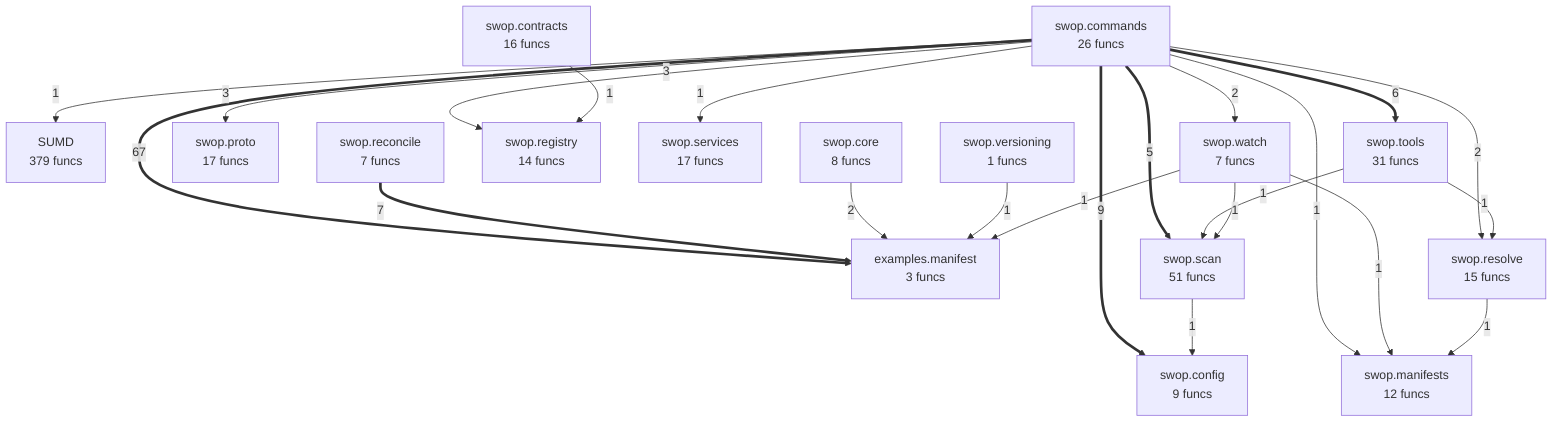
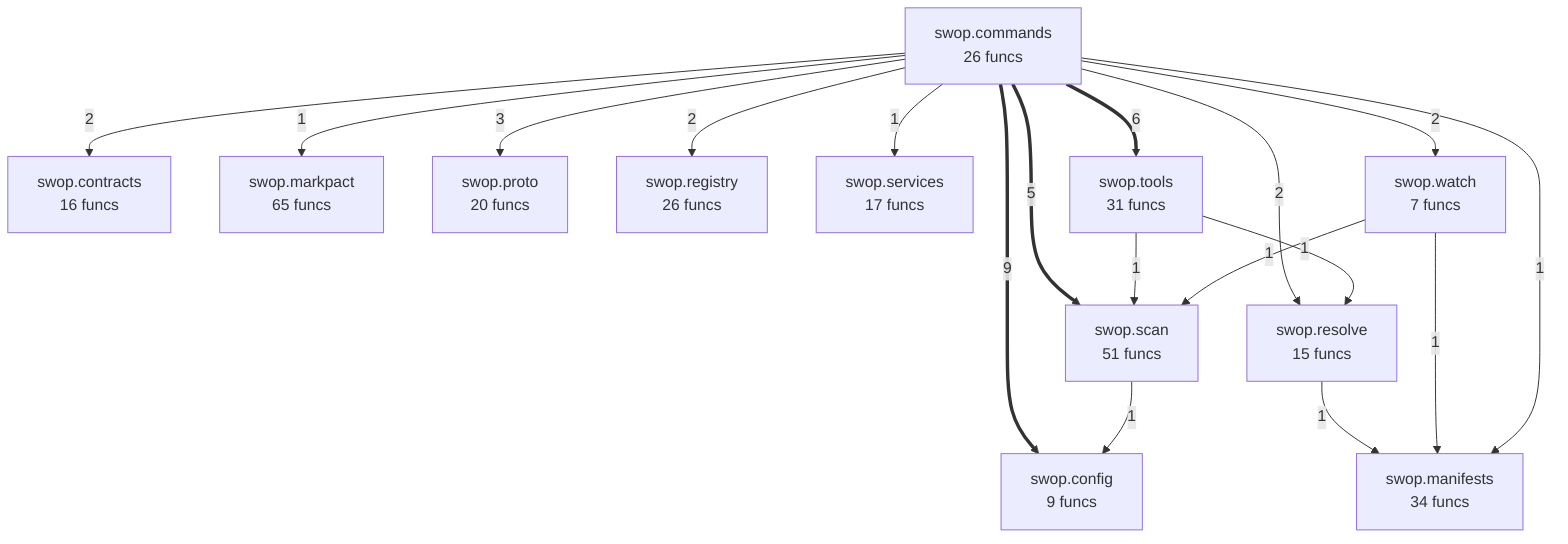
flowchart TD
-     SUMD["SUMD<br/>379 funcs"]
-     examples__manifest["examples.manifest<br/>3 funcs"]
+ %% generated in 0.01s
    swop__commands["swop.commands<br/>26 funcs"]
    swop__config["swop.config<br/>9 funcs"]
    swop__contracts["swop.contracts<br/>16 funcs"]
-     swop__core["swop.core<br/>8 funcs"]
-     swop__manifests["swop.manifests<br/>12 funcs"]
-     swop__proto["swop.proto<br/>17 funcs"]
-     swop__reconcile["swop.reconcile<br/>7 funcs"]
-     swop__registry["swop.registry<br/>14 funcs"]
+     swop__manifests["swop.manifests<br/>34 funcs"]
+     swop__markpact["swop.markpact<br/>65 funcs"]
+     swop__proto["swop.proto<br/>20 funcs"]
+     swop__registry["swop.registry<br/>26 funcs"]
    swop__resolve["swop.resolve<br/>15 funcs"]
    swop__scan["swop.scan<br/>51 funcs"]
    swop__services["swop.services<br/>17 funcs"]
    swop__tools["swop.tools<br/>31 funcs"]
-     swop__versioning["swop.versioning<br/>1 funcs"]
    swop__watch["swop.watch<br/>7 funcs"]
-     swop__commands ==>|67| examples__manifest
    swop__commands ==>|9| swop__config
-     swop__reconcile ==>|7| examples__manifest
    swop__commands ==>|6| swop__tools
    swop__commands ==>|5| swop__scan
    swop__commands -->|3| swop__proto
-     swop__commands -->|3| swop__registry
+     swop__commands -->|2| swop__contracts
+     swop__commands -->|2| swop__registry
    swop__commands -->|2| swop__watch
    swop__commands -->|2| swop__resolve
-     swop__core -->|2| examples__manifest
-     swop__versioning -->|1| examples__manifest
+     swop__tools -->|1| swop__scan
+     swop__tools -->|1| swop__resolve
+     swop__resolve -->|1| swop__manifests
+     swop__watch -->|1| swop__scan
+     swop__watch -->|1| swop__manifests
+     swop__scan -->|1| swop__config
    swop__commands -->|1| swop__manifests
    swop__commands -->|1| swop__services
-     swop__commands -->|1| SUMD
-     swop__scan -->|1| swop__config
-     swop__tools -->|1| swop__scan
-     swop__tools -->|1| swop__resolve
-     swop__contracts -->|1| swop__registry
-     swop__watch -->|1| swop__scan
-     swop__watch -->|1| swop__manifests
-     swop__watch -->|1| examples__manifest
-     swop__resolve -->|1| swop__manifests
+     swop__commands -->|1| swop__markpact
